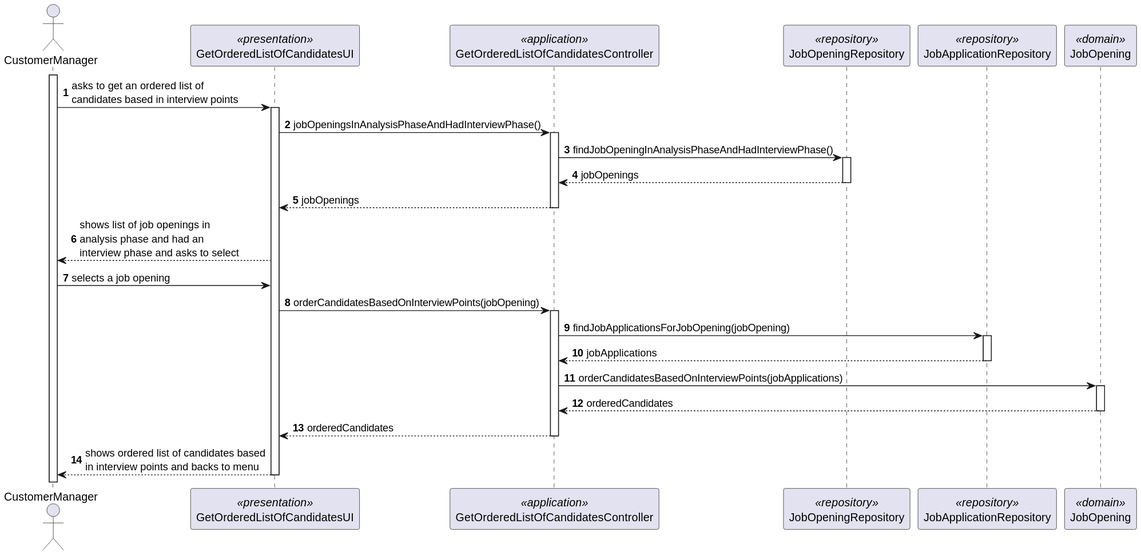
The PlantUML diagram docs/SprintC/us1019/SD/SD.svg in Rodrick0209/ISEP-SEM4PI-23-24, before a commit. The source it was exported from:
```plantuml
@startuml

autonumber

actor CustomerManager
participant GetOrderedListOfCandidatesUI <<presentation>>
participant GetOrderedListOfCandidatesController <<application>>
participant JobOpeningRepository <<repository>>
participant JobApplicationRepository <<repository>>
participant JobOpening <<domain>>

activate CustomerManager
CustomerManager -> GetOrderedListOfCandidatesUI : asks to get an ordered list of\ncandidates based in interview points
activate GetOrderedListOfCandidatesUI
GetOrderedListOfCandidatesUI -> GetOrderedListOfCandidatesController : jobOpeningsInAnalysisPhaseAndHadInterviewPhase()
activate GetOrderedListOfCandidatesController
GetOrderedListOfCandidatesController -> JobOpeningRepository : findJobOpeningInAnalysisPhaseAndHadInterviewPhase()
activate JobOpeningRepository
JobOpeningRepository --> GetOrderedListOfCandidatesController : jobOpenings
deactivate JobOpeningRepository
GetOrderedListOfCandidatesController --> GetOrderedListOfCandidatesUI : jobOpenings
deactivate GetOrderedListOfCandidatesController
GetOrderedListOfCandidatesUI --> CustomerManager : shows list of job openings in \nanalysis phase and had an\ninterview phase and asks to select
CustomerManager -> GetOrderedListOfCandidatesUI : selects a job opening
GetOrderedListOfCandidatesUI -> GetOrderedListOfCandidatesController : orderCandidatesBasedOnInterviewPoints(jobOpening)
activate GetOrderedListOfCandidatesController
GetOrderedListOfCandidatesController -> JobApplicationRepository : findJobApplicationsForJobOpening(jobOpening)
activate JobApplicationRepository
JobApplicationRepository --> GetOrderedListOfCandidatesController : jobApplications
deactivate JobApplicationRepository
GetOrderedListOfCandidatesController -> JobOpening : orderCandidatesBasedOnInterviewPoints(jobApplications)
activate JobOpening
JobOpening --> GetOrderedListOfCandidatesController : orderedCandidates
deactivate JobOpening
GetOrderedListOfCandidatesController --> GetOrderedListOfCandidatesUI : orderedCandidates
deactivate GetOrderedListOfCandidatesController



deactivate JobApplicationRepository

GetOrderedListOfCandidatesUI --> CustomerManager : shows ordered list of candidates based\nin interview points and backs to menu
deactivate GetOrderedListOfCandidatesUI
@enduml
```
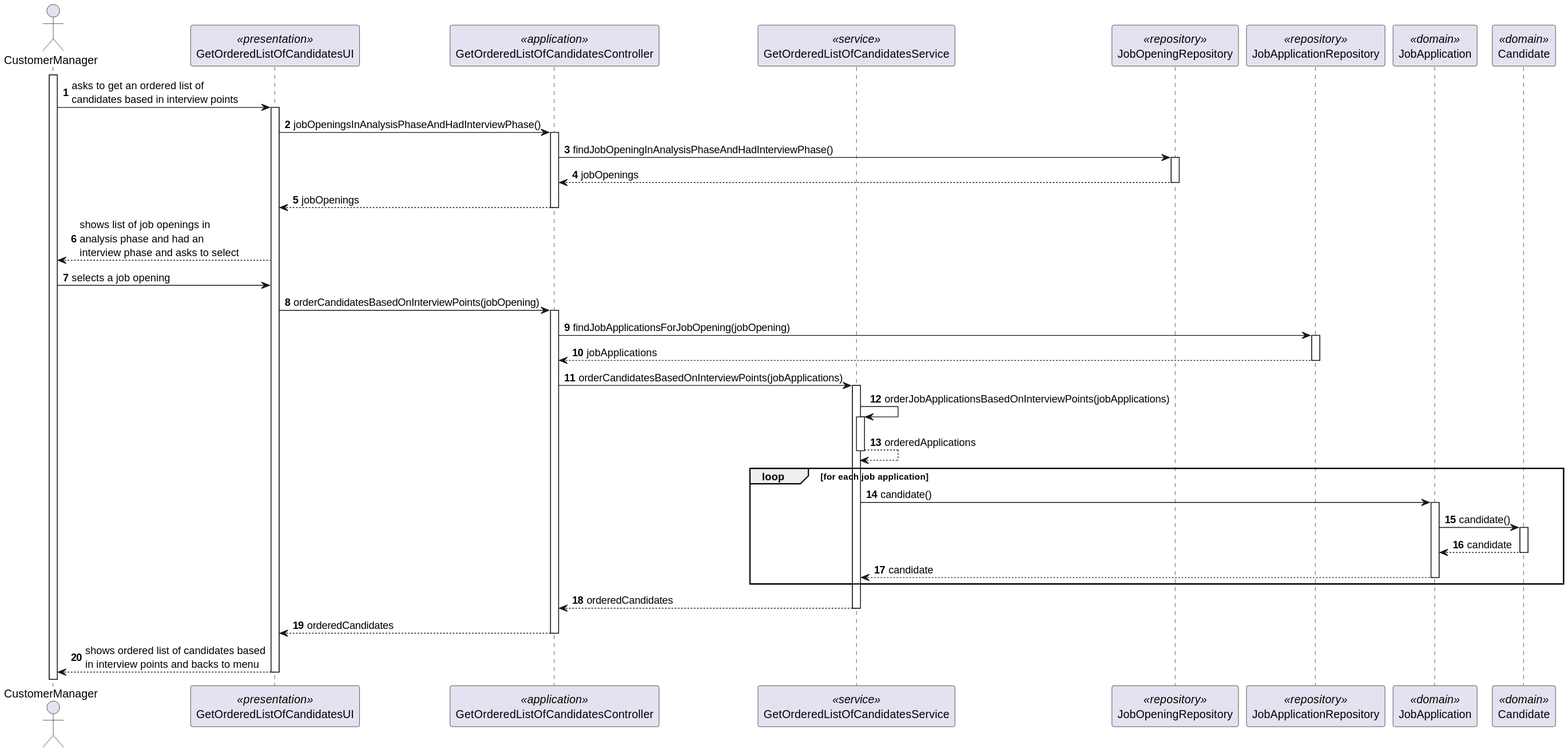
Above is the later version.

Commit message:
US 1019 Design (fixed SD for every system detail working) #47

The edit, as a diff of the source:
```diff
@@ -5,9 +5,11 @@
 actor CustomerManager
 participant GetOrderedListOfCandidatesUI <<presentation>>
 participant GetOrderedListOfCandidatesController <<application>>
+participant GetOrderedListOfCandidatesService <<service>>
 participant JobOpeningRepository <<repository>>
 participant JobApplicationRepository <<repository>>
-participant JobOpening <<domain>>
+participant JobApplication <<domain>>
+participant Candidate <<domain>>
 
 activate CustomerManager
 CustomerManager -> GetOrderedListOfCandidatesUI : asks to get an ordered list of\ncandidates based in interview points
@@ -28,10 +30,24 @@
 activate JobApplicationRepository
 JobApplicationRepository --> GetOrderedListOfCandidatesController : jobApplications
 deactivate JobApplicationRepository
-GetOrderedListOfCandidatesController -> JobOpening : orderCandidatesBasedOnInterviewPoints(jobApplications)
-activate JobOpening
-JobOpening --> GetOrderedListOfCandidatesController : orderedCandidates
-deactivate JobOpening
+GetOrderedListOfCandidatesController -> GetOrderedListOfCandidatesService : orderCandidatesBasedOnInterviewPoints(jobApplications)
+activate GetOrderedListOfCandidatesService
+GetOrderedListOfCandidatesService -> GetOrderedListOfCandidatesService : orderJobApplicationsBasedOnInterviewPoints(jobApplications)
+activate GetOrderedListOfCandidatesService
+GetOrderedListOfCandidatesService --> GetOrderedListOfCandidatesService : orderedApplications
+deactivate GetOrderedListOfCandidatesService
+loop for each job application
+GetOrderedListOfCandidatesService -> JobApplication : candidate()
+activate JobApplication
+JobApplication -> Candidate : candidate()
+activate Candidate
+Candidate --> JobApplication : candidate
+deactivate Candidate
+JobApplication --> GetOrderedListOfCandidatesService : candidate
+deactivate JobApplication
+end loop
+GetOrderedListOfCandidatesService --> GetOrderedListOfCandidatesController : orderedCandidates
+deactivate GetOrderedListOfCandidatesService
 GetOrderedListOfCandidatesController --> GetOrderedListOfCandidatesUI : orderedCandidates
 deactivate GetOrderedListOfCandidatesController
 
```
